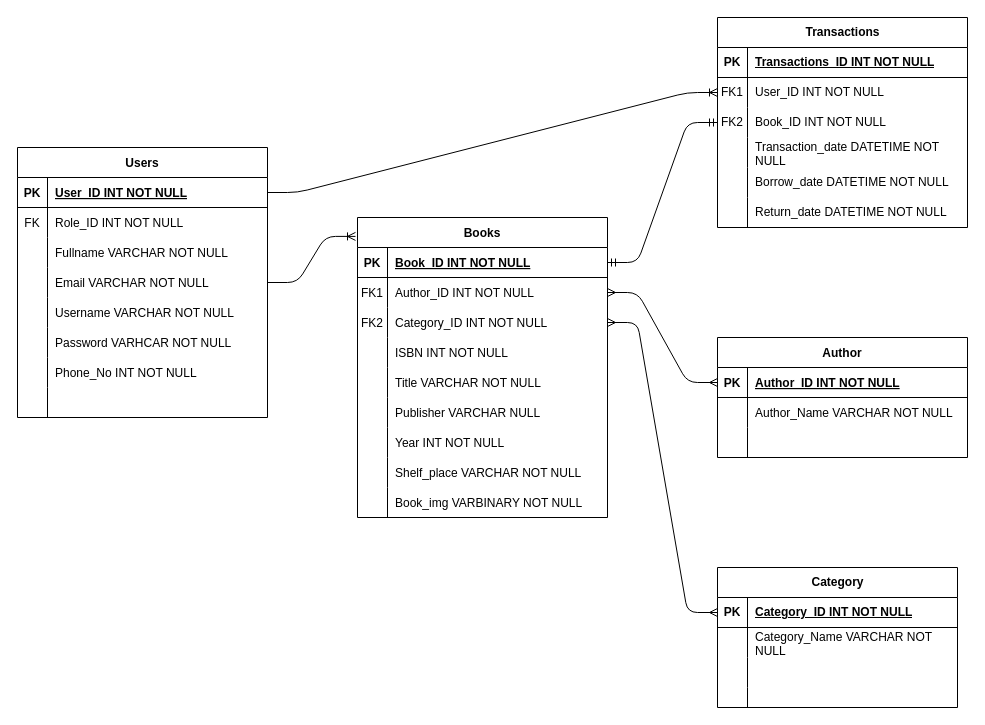
Above: EntityRD.drawio in moha-matano3/LMS (draw.io), before the change. Source tidied: cells renumbered, new cells numbered last; positions are measured from the earlier drawing's top-left corner, leaving out a move shared by most shapes. Both pictures are drawn from the tidied source at 100%, with x=0, y=0 at pixel (17, 17).
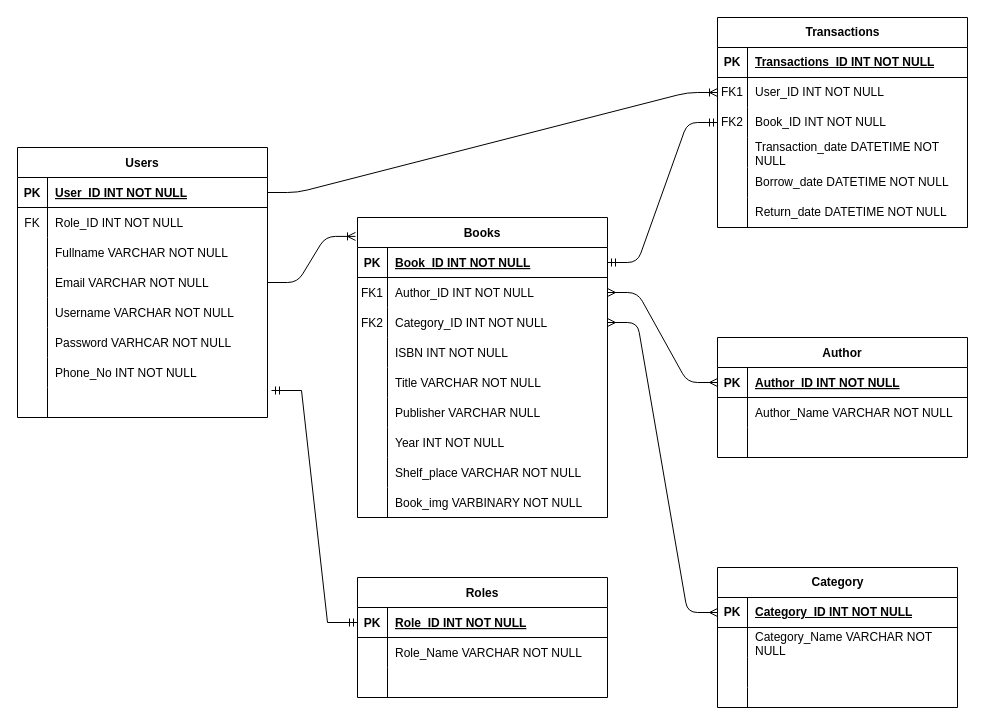
After the change.

The change refers to these unchanged cells:
```xml
<mxCell id="34" style="shape=partialRectangle;fillColor=none;points=[[0,0.5],[1,0.5]];portConstraint=eastwest;top=0;left=0;right=0;bottom=0;" parent="12" vertex="1">
  <mxGeometry y="240" width="250" height="30" as="geometry" />
</mxCell>
```

Diff of the diagram source:
```diff
@@
+    <mxCell id="102" value="Roles" style="shape=table;startSize=30;childLayout=tableLayout;rowLines=0;fontStyle=1;align=center;" parent="1" vertex="1">
+      <mxGeometry x="340" y="560" width="250" height="120" as="geometry" />
+    </mxCell>
+    <mxCell id="103" style="shape=partialRectangle;fillColor=none;points=[[0,0.5],[1,0.5]];portConstraint=eastwest;top=0;left=0;right=0;bottom=1;" parent="102" vertex="1">
+      <mxGeometry y="30" width="250" height="30" as="geometry" />
+    </mxCell>
+    <mxCell id="104" value="PK" style="shape=partialRectangle;overflow=hidden;fillColor=none;top=0;left=0;bottom=0;right=0;fontStyle=1;" parent="103" vertex="1">
+      <mxGeometry width="30" height="30" as="geometry" />
+    </mxCell>
+    <mxCell id="105" value="Role_ID INT NOT NULL" style="shape=partialRectangle;overflow=hidden;fillColor=none;top=0;left=0;bottom=0;right=0;align=left;spacingLeft=6;fontStyle=5;" parent="103" vertex="1">
+      <mxGeometry x="30" width="220" height="30" as="geometry" />
+    </mxCell>
+    <mxCell id="106" style="shape=partialRectangle;fillColor=none;top=0;left=0;right=0;bottom=0;" parent="102" vertex="1">
+      <mxGeometry y="60" width="250" height="30" as="geometry" />
+    </mxCell>
+    <mxCell id="107" style="shape=partialRectangle;overflow=hidden;fillColor=none;top=0;left=0;bottom=0;right=0;" parent="106" vertex="1">
+      <mxGeometry width="30" height="30" as="geometry" />
+    </mxCell>
+    <mxCell id="108" value="Role_Name VARCHAR NOT NULL" style="shape=partialRectangle;overflow=hidden;fillColor=none;top=0;left=0;bottom=0;right=0;align=left;spacingLeft=6;" parent="106" vertex="1">
+      <mxGeometry x="30" width="220" height="30" as="geometry" />
+    </mxCell>
+    <mxCell id="109" style="shape=partialRectangle;fillColor=none;top=0;left=0;right=0;bottom=0;" parent="102" vertex="1">
+      <mxGeometry y="90" width="250" height="30" as="geometry" />
+    </mxCell>
+    <mxCell id="110" style="shape=partialRectangle;overflow=hidden;fillColor=none;top=0;left=0;bottom=0;right=0;" parent="109" vertex="1">
+      <mxGeometry width="30" height="30" as="geometry" />
+    </mxCell>
+    <mxCell id="111" style="shape=partialRectangle;overflow=hidden;fillColor=none;top=0;left=0;bottom=0;right=0;align=left;spacingLeft=6;" parent="109" vertex="1">
+      <mxGeometry x="30" width="220" height="30" as="geometry" />
+    </mxCell>
+    <mxCell id="112" style="edgeStyle=entityRelationEdgeStyle;fontSize=12;html=1;endArrow=ERmandOne;startArrow=ERmandOne;rounded=0;entryX=1.016;entryY=0.1;entryDx=0;entryDy=0;entryPerimeter=0;exitX=0;exitY=0.5;exitDx=0;exitDy=0;" parent="1" edge="1" source="103" target="34">
+      <mxGeometry relative="1" as="geometry">
+        <Array as="points">
+          <mxPoint x="290" y="530" />
+          <mxPoint x="254" y="530" />
+          <mxPoint x="260" y="470" />
+        </Array>
+      </mxGeometry>
+    </mxCell>
```
